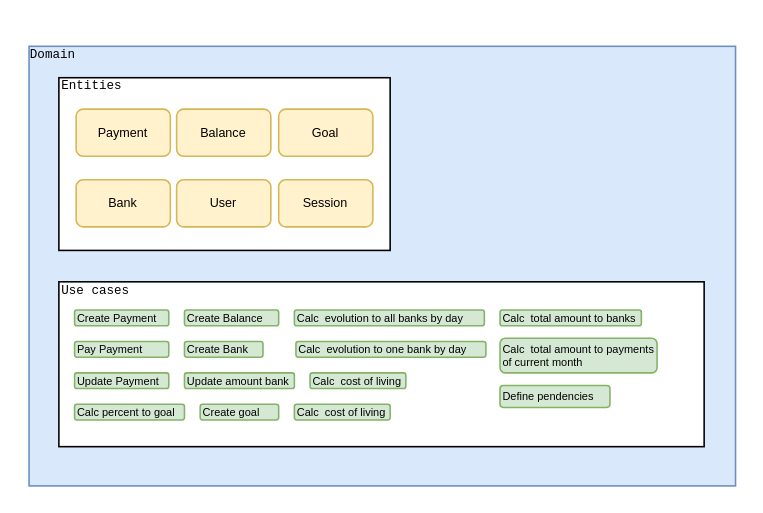
The draw.io diagram nookmoney.drawio in acmesquita/nookmoney, before the edit. Source tidied: cells renumbered, new cells numbered last; positions are measured from the earlier drawing's top-left corner, leaving out a move shared by most shapes. Both pictures are drawn from the tidied source at 157%, with x=0, y=0 at pixel (27, 46).
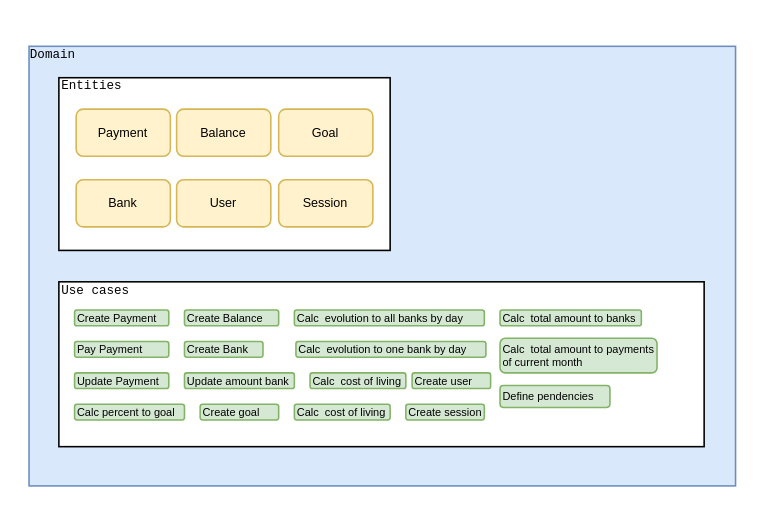
After the change.

Commit message:
add news use cases

The edit, as a diff of the source:
```diff
@@
+    <mxCell id="29" value="&lt;span style=&quot;font-size: 7px;&quot;&gt;Create user&lt;/span&gt;" style="rounded=1;whiteSpace=wrap;html=1;fillColor=#d5e8d4;strokeColor=#82b366;align=left;gradientColor=none;strokeWidth=1;spacing=2;spacingTop=-3;" parent="1" vertex="1">
+      <mxGeometry x="245" y="208" width="50" height="10" as="geometry" />
+    </mxCell>
+    <mxCell id="30" value="&lt;span style=&quot;font-size: 7px;&quot;&gt;Create session&lt;/span&gt;" style="rounded=1;whiteSpace=wrap;html=1;fillColor=#d5e8d4;strokeColor=#82b366;align=left;gradientColor=none;strokeWidth=1;spacing=2;spacingTop=-3;" parent="1" vertex="1">
+      <mxGeometry x="241" y="228" width="50" height="10" as="geometry" />
+    </mxCell>
```
